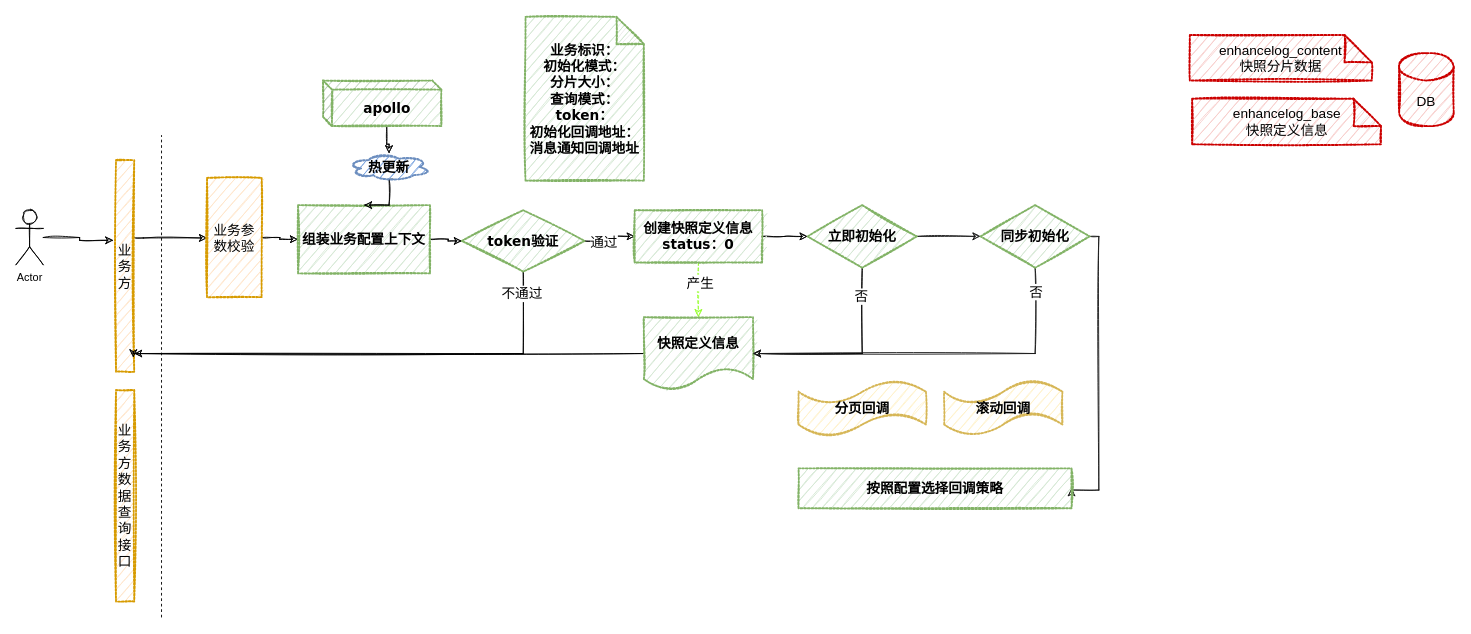
This is Untitled Diagram.drawio from cb2s/goodGoodStudy, a draw.io file, before an edit. Source tidied: cells renumbered, new cells numbered last; positions are measured from the earlier drawing's top-left corner, leaving out a move shared by most shapes. Both pictures are drawn from the tidied source at 91%, with x=0, y=0 at pixel (15, 16).
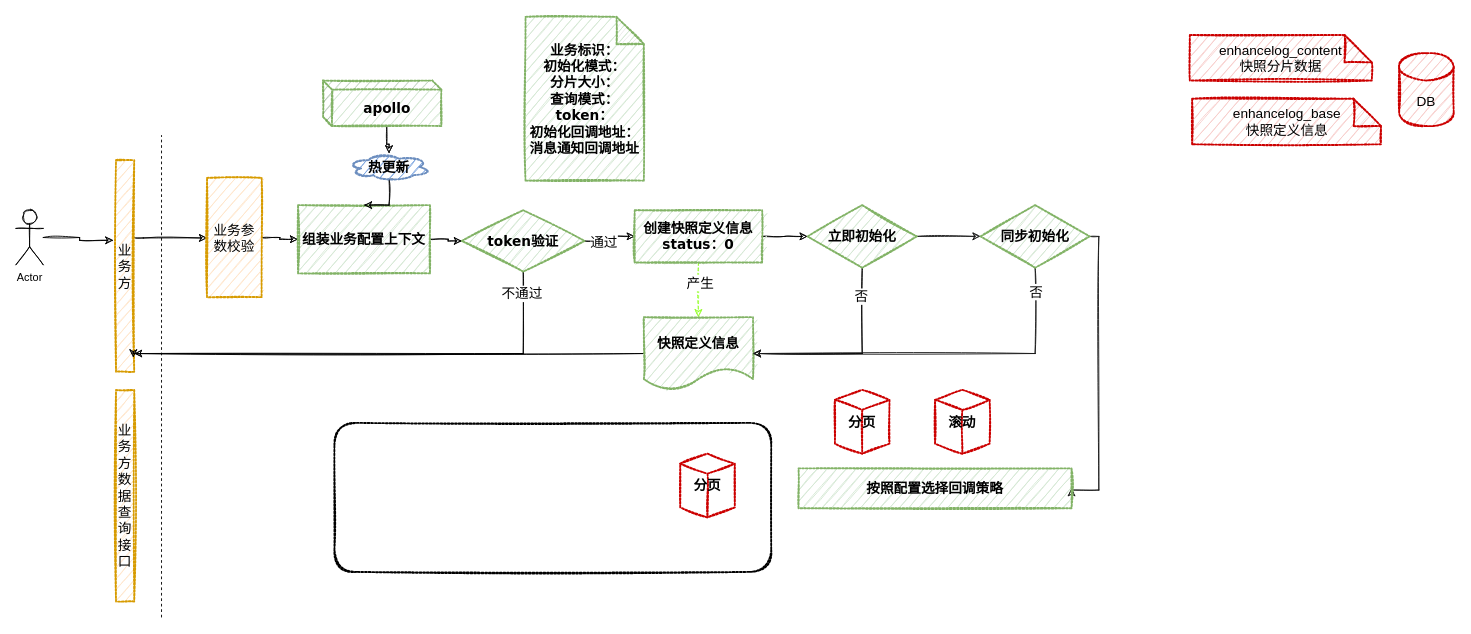
After the change.

Diff of the diagram source:
```diff
@@
-    <mxCell id="39" value="分页回调" style="shape=tape;whiteSpace=wrap;html=1;dashed=1;dashPattern=1 1;sketch=1;strokeColor=#d6b656;strokeWidth=2;fillColor=#fff2cc;fontFamily=Verdana;fontSize=15;align=center;fontStyle=1;" parent="1" vertex="1">
-      <mxGeometry x="860" y="400" width="140" height="60" as="geometry" />
-    </mxCell>
-    <mxCell id="40" value="滚动回调" style="shape=tape;whiteSpace=wrap;html=1;dashed=1;dashPattern=1 1;sketch=1;strokeColor=#d6b656;strokeWidth=2;fillColor=#fff2cc;fontFamily=Verdana;fontSize=15;align=center;fontStyle=1;" parent="1" vertex="1">
-      <mxGeometry x="1020" y="400" width="130" height="60" as="geometry" />
-    </mxCell>
@@
+    <mxCell id="42" style="rounded=1;whiteSpace=wrap;html=1;dashed=1;dashPattern=1 1;sketch=1;strokeWidth=2;fontFamily=Verdana;fontSize=15;align=center;fillColor=none;" parent="1" vertex="1">
+      <mxGeometry x="350" y="446.2" width="480" height="163.8" as="geometry" />
+    </mxCell>
+    <mxCell id="43" value="分页" style="html=1;whiteSpace=wrap;shape=isoCube2;backgroundOutline=1;isoAngle=11.5196078431372;dashed=1;dashPattern=1 1;sketch=1;strokeColor=#CC0000;strokeWidth=2;fillColor=none;fontFamily=Verdana;fontSize=15;align=center;fontStyle=1;" parent="1" vertex="1">
+      <mxGeometry x="900" y="410" width="60" height="70" as="geometry" />
+    </mxCell>
+    <mxCell id="44" value="滚动" style="html=1;whiteSpace=wrap;shape=isoCube2;backgroundOutline=1;isoAngle=11.5196078431372;dashed=1;dashPattern=1 1;sketch=1;strokeColor=#CC0000;strokeWidth=2;fillColor=none;fontFamily=Verdana;fontSize=15;align=center;fontStyle=1;" parent="1" vertex="1">
+      <mxGeometry x="1010" y="410" width="60" height="70" as="geometry" />
+    </mxCell>
+    <mxCell id="45" value="分页" style="html=1;whiteSpace=wrap;shape=isoCube2;backgroundOutline=1;isoAngle=11.5196078431372;dashed=1;dashPattern=1 1;sketch=1;strokeColor=#CC0000;strokeWidth=2;fillColor=none;fontFamily=Verdana;fontSize=15;align=center;fontStyle=1;" parent="1" vertex="1">
+      <mxGeometry x="730" y="480" width="60" height="70" as="geometry" />
+    </mxCell>
```
